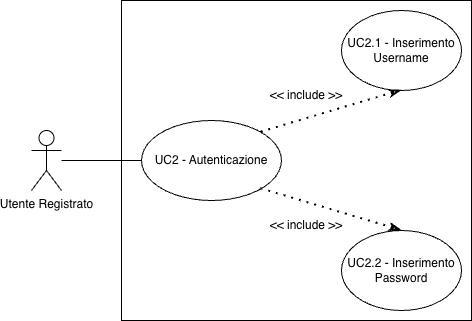
Above: assets/diagrams/UC2.png in SkarabGroup/DocumentazioneProgetto (draw.io), before the change. Source tidied: cells renumbered, new cells last; positions are measured from the earlier drawing's top-left corner, leaving out a move shared by most shapes.
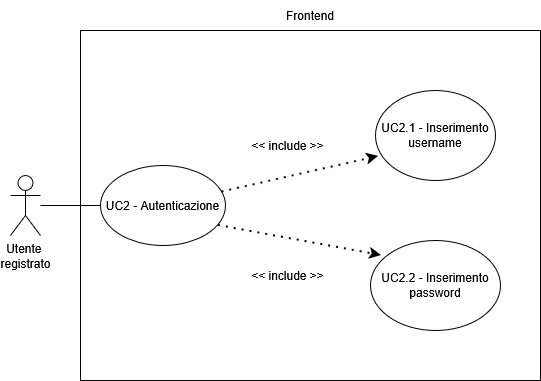
After the change.

Diff of the diagram source:
```diff
@@ -2,35 +2,38 @@
   <root>
     <mxCell id="0" />
     <mxCell id="1" parent="0" />
-    <mxCell id="2" style="rounded=0;whiteSpace=wrap;html=1;" parent="1" vertex="1">
-      <mxGeometry x="90" width="350" height="320" as="geometry" />
-    </mxCell>
-    <mxCell id="3" value="Utente Registrato" style="shape=umlActor;verticalLabelPosition=bottom;verticalAlign=top;html=1;outlineConnect=0;" parent="1" vertex="1">
-      <mxGeometry y="130" width="30" height="60" as="geometry" />
-    </mxCell>
+    <mxCell id="12" value="&lt;div&gt;Utente&amp;nbsp;&lt;/div&gt;&lt;div&gt;registrato&lt;/div&gt;" style="shape=umlActor;verticalLabelPosition=bottom;verticalAlign=top;html=1;outlineConnect=0;" parent="1" vertex="1">
+      <mxGeometry x="-10" y="255" width="30" height="60" as="geometry" />
+    </mxCell>
+    <mxCell id="13" style="swimlane;startSize=0;" parent="1" vertex="1">
+      <mxGeometry x="60" y="110" width="460" height="350" as="geometry" />
+    </mxCell>
-    <mxCell id="4" value="UC2 - Autenticazione" style="ellipse;whiteSpace=wrap;html=1;" parent="1" vertex="1">
-      <mxGeometry x="110" y="120" width="140" height="80" as="geometry" />
+    <mxCell id="4" value="&lt;div&gt;UC2 - Autenticazione&lt;/div&gt;" style="ellipse;whiteSpace=wrap;html=1;" parent="13" vertex="1">
+      <mxGeometry x="20" y="135" width="125" height="80" as="geometry" />
     </mxCell>
-    <mxCell id="5" style="endArrow=none;html=1;rounded=0;entryX=0;entryY=0.5;entryDx=0;entryDy=0;" parent="1" edge="1" source="3" target="4">
-      <mxGeometry relative="1" as="geometry" />
-    </mxCell>
-    <mxCell id="6" value="UC2.2 - Inserimento Password" style="ellipse;whiteSpace=wrap;html=1;" parent="1" vertex="1">
-      <mxGeometry x="310" y="230" width="120" height="80" as="geometry" />
-    </mxCell>
-    <mxCell id="7" style="endArrow=classicThin;dashed=1;html=1;dashPattern=1 3;strokeWidth=2;rounded=0;entryX=0.5;entryY=0;entryDx=0;entryDy=0;exitX=1;exitY=1;exitDx=0;exitDy=0;endFill=0;" parent="1" edge="1" source="4" target="6">
-      <mxGeometry relative="1" as="geometry" />
-    </mxCell>
-    <mxCell id="8" value="UC2.1 - Inserimento Username" style="ellipse;whiteSpace=wrap;html=1;" parent="1" vertex="1">
-      <mxGeometry x="310" y="10" width="120" height="80" as="geometry" />
-    </mxCell>
-    <mxCell id="9" style="endArrow=classicThin;dashed=1;html=1;dashPattern=1 3;strokeWidth=2;rounded=0;exitX=1;exitY=0;exitDx=0;exitDy=0;entryX=0.5;entryY=1;entryDx=0;entryDy=0;startArrow=none;startFill=0;endFill=0;" parent="1" edge="1" source="4" target="8">
-      <mxGeometry relative="1" as="geometry" />
-    </mxCell>
-    <mxCell id="10" value="&amp;lt;&amp;lt; include &amp;gt;&amp;gt;" style="text;html=1;whiteSpace=wrap;strokeColor=none;fillColor=none;align=center;verticalAlign=middle;rounded=0;" parent="1" vertex="1">
-      <mxGeometry x="235" y="80" width="80" height="30" as="geometry" />
-    </mxCell>
-    <mxCell id="11" value="&amp;lt;&amp;lt; include &amp;gt;&amp;gt;" style="text;html=1;whiteSpace=wrap;strokeColor=none;fillColor=none;align=center;verticalAlign=middle;rounded=0;" parent="1" vertex="1">
-      <mxGeometry x="235" y="210" width="80" height="30" as="geometry" />
-    </mxCell>
+    <mxCell id="14" value="UC2.1 - Inserimento username" style="ellipse;whiteSpace=wrap;html=1;" parent="13" vertex="1">
+      <mxGeometry x="295" y="60" width="120" height="90" as="geometry" />
+    </mxCell>
+    <mxCell id="15" style="endArrow=classic;dashed=1;html=1;dashPattern=1 3;strokeWidth=2;rounded=0;entryX=0.025;entryY=0.733;entryDx=0;entryDy=0;strokeColor=default;curved=0;endFill=1;endSize=6;entryPerimeter=0;" parent="13" edge="1" source="4" target="14">
+      <mxGeometry relative="1" as="geometry" />
+    </mxCell>
+    <mxCell id="16" value="&amp;lt;&amp;lt; include &amp;gt;&amp;gt;" style="text;html=1;whiteSpace=wrap;strokeColor=none;fillColor=none;align=center;verticalAlign=middle;rounded=0;" parent="13" vertex="1">
+      <mxGeometry x="160" y="230" width="95" height="30" as="geometry" />
+    </mxCell>
+    <mxCell id="17" value="UC2.2 - Inserimento password" style="ellipse;whiteSpace=wrap;html=1;" parent="13" vertex="1">
+      <mxGeometry x="290" y="210" width="130" height="90" as="geometry" />
+    </mxCell>
+    <mxCell id="18" style="endArrow=classic;dashed=1;html=1;dashPattern=1 3;strokeWidth=2;rounded=0;entryX=0.085;entryY=0.167;entryDx=0;entryDy=0;exitX=0.944;exitY=0.75;exitDx=0;exitDy=0;strokeColor=default;curved=0;endFill=1;endSize=6;entryPerimeter=0;exitPerimeter=0;" parent="13" edge="1" source="4" target="17">
+      <mxGeometry relative="1" as="geometry" />
+    </mxCell>
+    <mxCell id="19" value="&amp;lt;&amp;lt; include &amp;gt;&amp;gt;" style="text;html=1;whiteSpace=wrap;strokeColor=none;fillColor=none;align=center;verticalAlign=middle;rounded=0;" parent="13" vertex="1">
+      <mxGeometry x="160" y="100" width="95" height="30" as="geometry" />
+    </mxCell>
+    <mxCell id="20" style="endArrow=none;html=1;rounded=0;entryX=0;entryY=0.5;entryDx=0;entryDy=0;" parent="1" edge="1" source="12" target="4">
+      <mxGeometry relative="1" as="geometry" />
+    </mxCell>
+    <mxCell id="21" value="Frontend" style="text;html=1;whiteSpace=wrap;strokeColor=none;fillColor=none;align=center;verticalAlign=middle;rounded=0;" parent="1" vertex="1">
+      <mxGeometry x="255" y="80" width="70" height="30" as="geometry" />
+    </mxCell>
   </root>
 </mxGraphModel>
```
